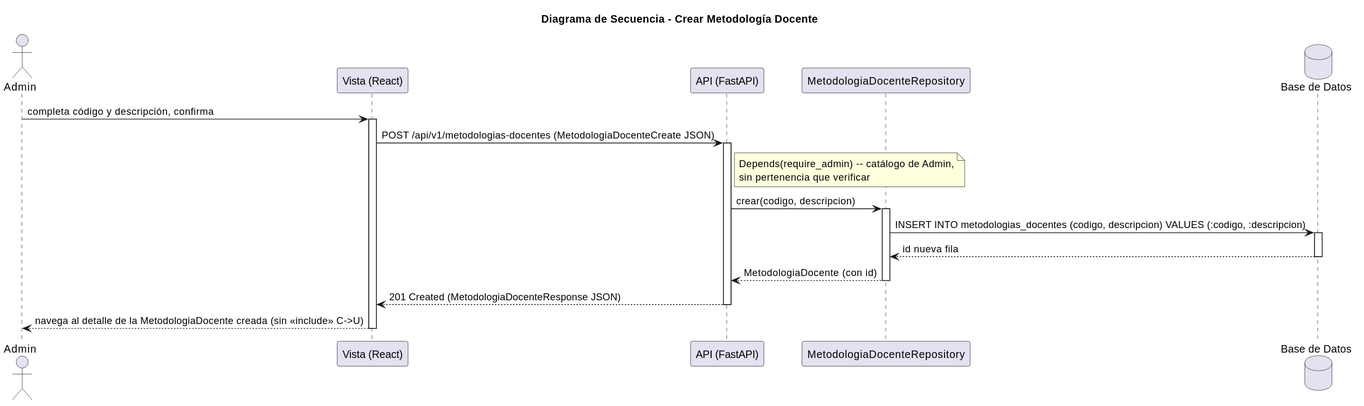
This is images/RUP/03-diseño/casos-uso/crearMetodologiaDocente/secuencia.svg from mmasias/pyCeldaPublico, a PlantUML export, as it was before one commit.
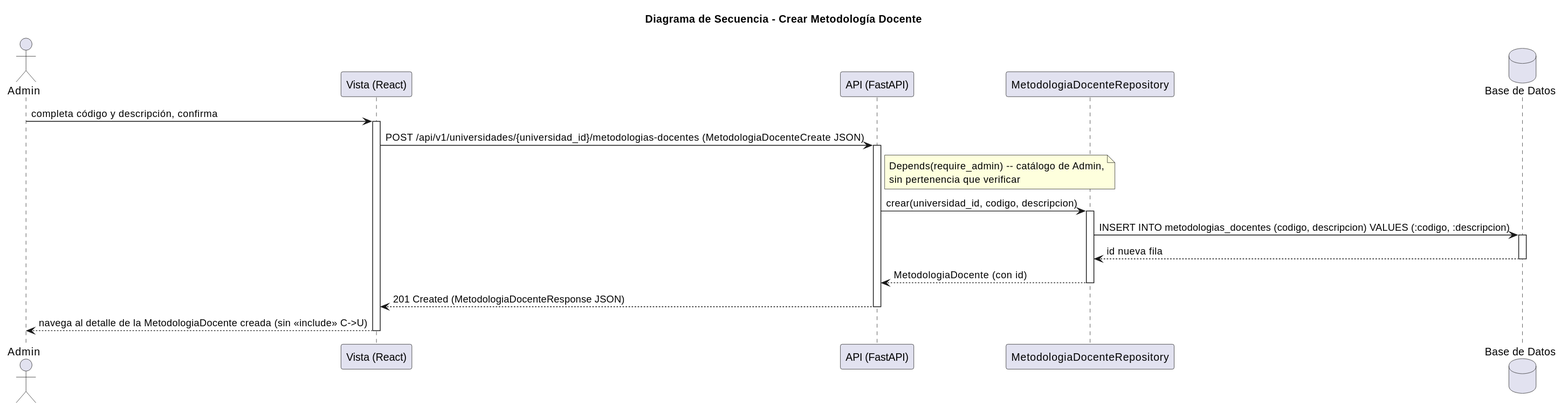
The same file after the commit.

The edit, as a diff of the source:
```diff
@@ -9,10 +9,10 @@
 
 Admin -> Vista: completa código y descripción, confirma
 activate Vista
-Vista -> API: POST /api/v1/metodologias-docentes (MetodologiaDocenteCreate JSON)
+Vista -> API: POST /api/v1/universidades/{universidad_id}/metodologias-docentes (MetodologiaDocenteCreate JSON)
 activate API
 note right of API: Depends(require_admin) -- catálogo de Admin,\nsin pertenencia que verificar
-API -> MetodologiaRepo: crear(codigo, descripcion)
+API -> MetodologiaRepo: crear(universidad_id, codigo, descripcion)
 activate MetodologiaRepo
 MetodologiaRepo -> DB: INSERT INTO metodologias_docentes (codigo, descripcion) VALUES (:codigo, :descripcion)
 activate DB
```
